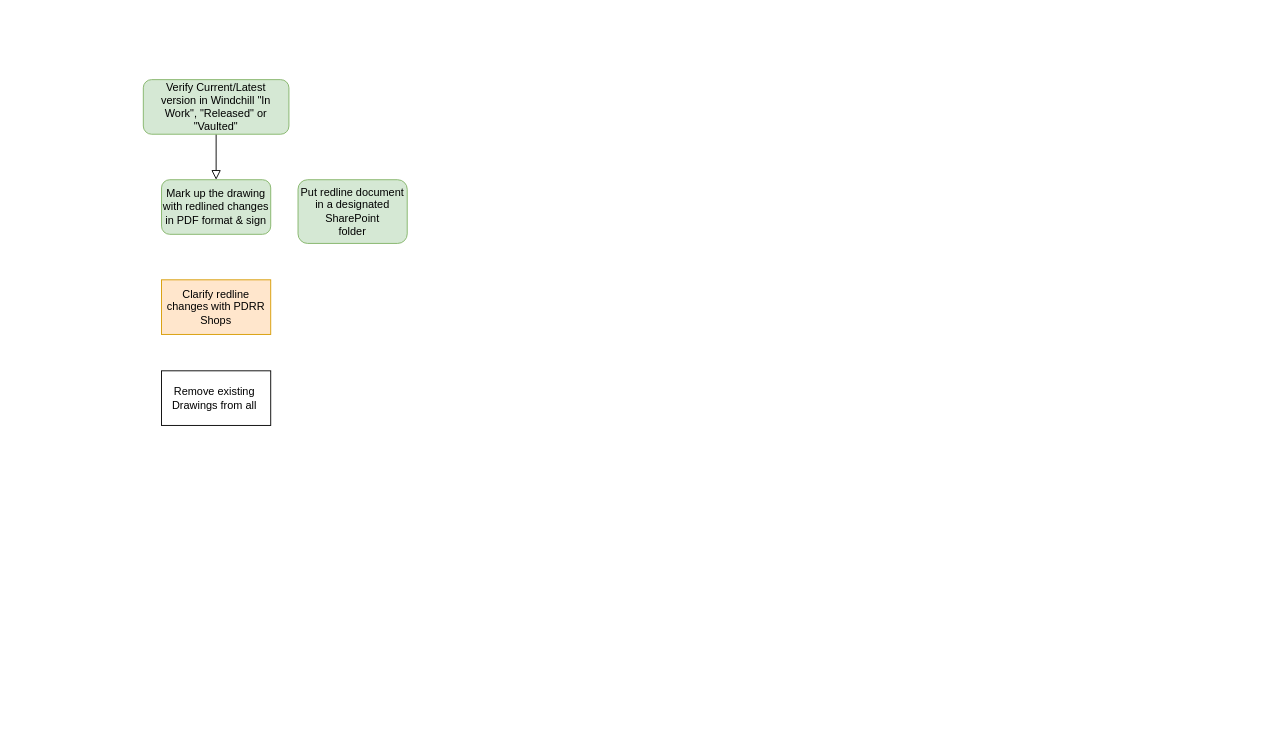
The draw.io diagram Untitled Diagram.drawio in lnguyen921/UTA, before the edit. Source tidied: cells renumbered, new cells numbered last; positions are measured from the earlier drawing's top-left corner, leaving out a move shared by most shapes. Both pictures are drawn from the tidied source at 91%, with x=0, y=0 at pixel (143, 79).
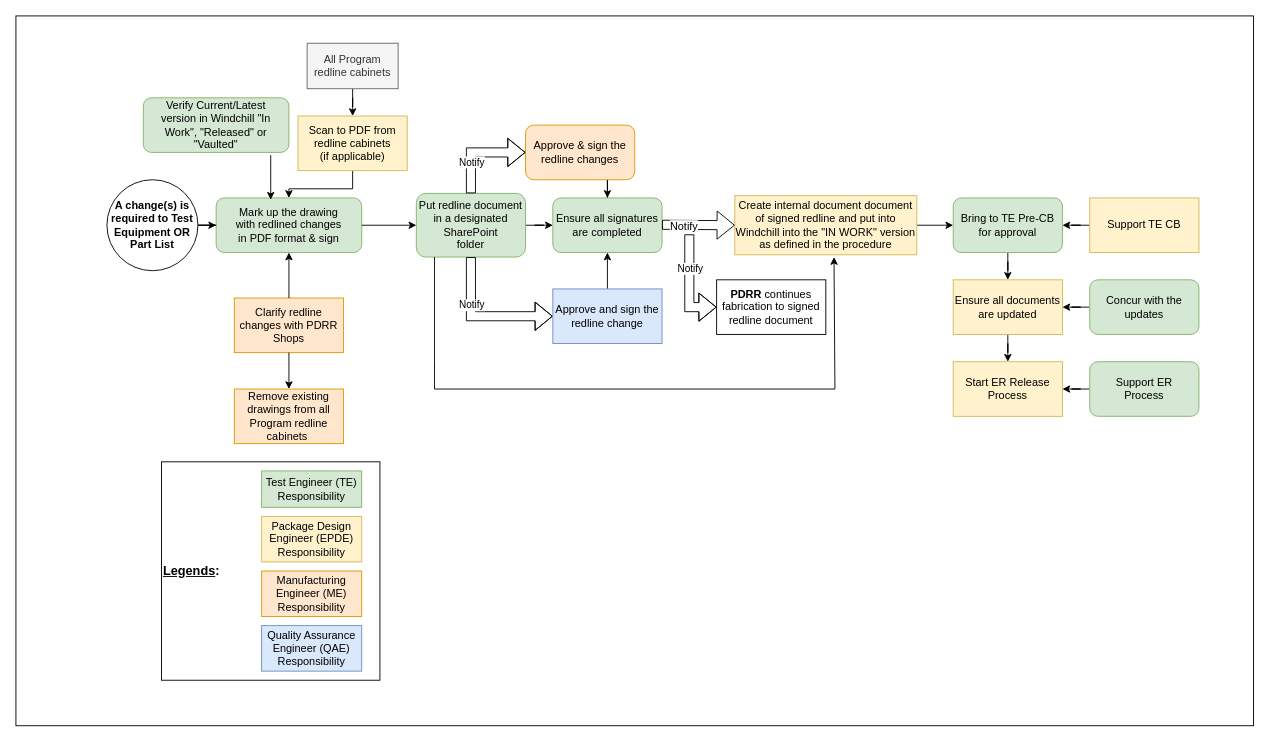
The same page after the edit.

Diff of the diagram source:
```diff
@@
-    <mxCell id="2" style="rounded=0;html=1;jettySize=auto;fontSize=11;endArrow=block;endFill=0;endSize=8;strokeWidth=1;shadow=0;labelBackgroundColor=none;edgeStyle=orthogonalEdgeStyle;" parent="1" edge="1" source="3">
-      <mxGeometry relative="1" as="geometry">
-        <mxPoint x="80" y="110" as="targetPoint" />
-      </mxGeometry>
-    </mxCell>
+    <mxCell id="8" style="rounded=0;whiteSpace=wrap;html=1;" parent="1" vertex="1">
+      <mxGeometry x="-140" y="-70" width="1360" height="780" as="geometry" />
+    </mxCell>
     <mxCell id="3" value="Verify Current/Latest&lt;div&gt;version in Windchill &quot;In Work&quot;, &quot;Released&quot; or &quot;Vaulted&quot;&lt;/div&gt;" style="rounded=1;whiteSpace=wrap;html=1;fontSize=12;glass=0;strokeWidth=1;shadow=0;fillColor=#d5e8d4;strokeColor=#82b366;" parent="1" vertex="1">
-      <mxGeometry width="160" height="60" as="geometry" />
+      <mxGeometry y="20" width="160" height="60" as="geometry" />
     </mxCell>
+    <mxCell id="9" style="edgeStyle=orthogonalEdgeStyle;rounded=0;jettySize=auto;html=1;" parent="1" edge="1" source="4" target="22">
+      <mxGeometry relative="1" as="geometry" />
+    </mxCell>
     <mxCell id="4" value="Put redline document in a designated&lt;div&gt;SharePoint&lt;/div&gt;&lt;div&gt;folder&lt;/div&gt;" style="rounded=1;whiteSpace=wrap;html=1;fontSize=12;glass=0;strokeWidth=1;shadow=0;fillColor=#d5e8d4;strokeColor=#82b366;" parent="1" vertex="1">
-      <mxGeometry x="170" y="110" width="120" height="70" as="geometry" />
+      <mxGeometry x="300" y="125" width="120" height="70" as="geometry" />
     </mxCell>
     <mxCell id="5" value="Mark up the drawing&lt;div&gt;with redlined changes&lt;/div&gt;&lt;div&gt;in PDF format &amp;amp; sign&lt;/div&gt;" style="rounded=1;whiteSpace=wrap;html=1;fillColor=#d5e8d4;strokeColor=#82b366;" parent="1" vertex="1">
-      <mxGeometry x="20" y="110" width="120" height="60" as="geometry" />
+      <mxGeometry x="80" y="130" width="160" height="60" as="geometry" />
     </mxCell>
     <mxCell id="6" value="Clarify redline changes with PDRR Shops" style="rounded=0;whiteSpace=wrap;html=1;fillColor=#ffe6cc;strokeColor=#d79b00;" parent="1" vertex="1">
-      <mxGeometry x="20" y="220" width="120" height="60" as="geometry" />
+      <mxGeometry x="100" y="240" width="120" height="60" as="geometry" />
     </mxCell>
-    <mxCell id="7" value="Remove existing&amp;nbsp;&lt;div&gt;Drawings from all&amp;nbsp;&lt;/div&gt;" style="rounded=0;whiteSpace=wrap;html=1;" parent="1" vertex="1">
-      <mxGeometry x="20" y="320" width="120" height="60" as="geometry" />
+    <mxCell id="7" value="Remove existing d&lt;span style=&quot;background-color: initial;&quot;&gt;rawings from all&lt;/span&gt;&lt;div&gt;&lt;span style=&quot;background-color: initial;&quot;&gt;Program redline cabinets&amp;nbsp;&lt;/span&gt;&lt;/div&gt;" style="rounded=0;whiteSpace=wrap;html=1;fillColor=#ffe6cc;strokeColor=#d79b00;" parent="1" vertex="1">
+      <mxGeometry x="100" y="340" width="120" height="60" as="geometry" />
     </mxCell>
+    <mxCell id="10" style="endArrow=classic;html=1;rounded=0;exitX=0.5;exitY=0;exitDx=0;exitDy=0;entryX=0.5;entryY=1;entryDx=0;entryDy=0;" parent="1" edge="1" source="6" target="5">
+      <mxGeometry relative="1" as="geometry" />
+    </mxCell>
+    <mxCell id="11" style="endArrow=classic;html=1;rounded=0;entryX=0.375;entryY=0.033;entryDx=0;entryDy=0;entryPerimeter=0;" parent="1" edge="1" target="5">
+      <mxGeometry relative="1" as="geometry">
+        <mxPoint x="140" y="83" as="sourcePoint" />
+      </mxGeometry>
+    </mxCell>
+    <mxCell id="12" style="endArrow=classic;html=1;rounded=0;entryX=0.5;entryY=0;entryDx=0;entryDy=0;exitX=0.5;exitY=1;exitDx=0;exitDy=0;" parent="1" edge="1" source="6" target="7">
+      <mxGeometry relative="1" as="geometry" />
+    </mxCell>
+    <mxCell id="13" style="endArrow=classic;html=1;rounded=0;exitX=1;exitY=0.5;exitDx=0;exitDy=0;entryX=0;entryY=0.5;entryDx=0;entryDy=0;" parent="1" edge="1" source="5" target="4">
+      <mxGeometry relative="1" as="geometry" />
+    </mxCell>
+    <mxCell id="14" style="edgeStyle=orthogonalEdgeStyle;rounded=0;jettySize=auto;html=1;" parent="1" edge="1" source="15" target="5">
+      <mxGeometry relative="1" as="geometry" />
+    </mxCell>
+    <mxCell id="15" value="Scan to PDF from redline cabinets&lt;div&gt;(if applicable)&lt;/div&gt;" style="rounded=0;whiteSpace=wrap;html=1;fillColor=#fff2cc;strokeColor=#d6b656;" parent="1" vertex="1">
+      <mxGeometry x="170" y="40" width="120" height="60" as="geometry" />
+    </mxCell>
+    <mxCell id="16" style="edgeStyle=orthogonalEdgeStyle;rounded=0;jettySize=auto;html=1;" parent="1" edge="1" source="17" target="15">
+      <mxGeometry relative="1" as="geometry" />
+    </mxCell>
+    <mxCell id="17" value="All Program redline cabinets" style="rounded=0;whiteSpace=wrap;html=1;fillColor=#f5f5f5;fontColor=#333333;strokeColor=#666666;" parent="1" vertex="1">
+      <mxGeometry x="180" y="-40" width="100" height="50" as="geometry" />
+    </mxCell>
+    <mxCell id="18" style="edgeStyle=orthogonalEdgeStyle;rounded=0;jettySize=auto;html=1;" parent="1" edge="1" source="19" target="5">
+      <mxGeometry relative="1" as="geometry" />
+    </mxCell>
+    <mxCell id="19" value="&lt;b&gt;A change(s) is required to Test Equipment OR Part List&lt;/b&gt;" style="ellipse;whiteSpace=wrap;html=1;" parent="1" vertex="1">
+      <mxGeometry x="-40" y="110" width="100" height="100" as="geometry" />
+    </mxCell>
+    <mxCell id="20" style="edgeStyle=orthogonalEdgeStyle;rounded=0;jettySize=auto;html=1;exitX=0.25;exitY=0;exitDx=0;exitDy=0;" parent="1" edge="1" source="21" target="22">
+      <mxGeometry relative="1" as="geometry" />
+    </mxCell>
+    <mxCell id="21" value="Approve &amp;amp; sign the redline changes" style="whiteSpace=wrap;html=1;fillColor=#ffe6cc;strokeColor=#d79b00;rounded=1;glass=0;strokeWidth=1;shadow=0;direction=west;" parent="1" vertex="1">
+      <mxGeometry x="420" y="50" width="120" height="60" as="geometry" />
+    </mxCell>
+    <mxCell id="22" value="Ensure all signatures are completed" style="whiteSpace=wrap;html=1;fillColor=#d5e8d4;strokeColor=#82b366;rounded=1;glass=0;strokeWidth=1;shadow=0;" parent="1" vertex="1">
+      <mxGeometry x="450" y="130" width="120" height="60" as="geometry" />
+    </mxCell>
+    <mxCell id="23" style="edgeStyle=orthogonalEdgeStyle;rounded=0;jettySize=auto;html=1;" parent="1" edge="1" source="24" target="36">
+      <mxGeometry relative="1" as="geometry" />
+    </mxCell>
+    <mxCell id="24" value="Create internal document document of signed redline and put into Windchill into the &quot;IN WORK&quot; version as defined in the procedure" style="rounded=0;whiteSpace=wrap;html=1;fillColor=#fff2cc;strokeColor=#d6b656;" parent="1" vertex="1">
+      <mxGeometry x="650" y="127.5" width="200" height="65" as="geometry" />
+    </mxCell>
+    <mxCell id="25" style="shape=flexArrow;endArrow=classic;html=1;rounded=0;entryX=0;entryY=0.5;entryDx=0;entryDy=0;" parent="1" edge="1" target="24">
+      <mxGeometry relative="1" as="geometry">
+        <mxPoint x="570" y="159.5" as="sourcePoint" />
+      </mxGeometry>
+    </mxCell>
+    <mxCell id="26" value="&lt;font style=&quot;font-size: 12px;&quot;&gt;Notify&lt;/font&gt;" style="edgeLabel;html=1;align=center;verticalAlign=middle;" parent="25" vertex="1">
+      <mxGeometry x="-0.39" y="-2" relative="1" as="geometry" />
+    </mxCell>
+    <mxCell id="27" style="shape=flexArrow;endArrow=classic;html=1;rounded=0;exitX=0.5;exitY=1;exitDx=0;exitDy=0;entryX=0;entryY=0.5;entryDx=0;entryDy=0;" parent="1" edge="1" source="4" target="30">
+      <mxGeometry relative="1" as="geometry">
+        <Array as="points">
+          <mxPoint x="360" y="260" />
+        </Array>
+      </mxGeometry>
+    </mxCell>
+    <mxCell id="28" value="Notify" style="edgeLabel;html=1;align=center;verticalAlign=middle;" parent="27" vertex="1">
+      <mxGeometry x="-0.33" relative="1" as="geometry" />
+    </mxCell>
+    <mxCell id="29" style="edgeStyle=orthogonalEdgeStyle;rounded=0;jettySize=auto;html=1;" parent="1" edge="1" source="30" target="22">
+      <mxGeometry relative="1" as="geometry" />
+    </mxCell>
+    <mxCell id="30" value="Approve and sign the redline change" style="rounded=0;whiteSpace=wrap;html=1;fillColor=#dae8fc;strokeColor=#6c8ebf;" parent="1" vertex="1">
+      <mxGeometry x="450" y="230" width="120" height="60" as="geometry" />
+    </mxCell>
+    <mxCell id="31" style="endArrow=classic;html=1;rounded=0;entryX=0.545;entryY=1.038;entryDx=0;entryDy=0;entryPerimeter=0;" parent="1" edge="1" target="24">
+      <mxGeometry relative="1" as="geometry">
+        <mxPoint x="320" y="195" as="sourcePoint" />
+        <Array as="points">
+          <mxPoint x="320" y="310" />
+          <mxPoint x="320" y="340" />
+          <mxPoint x="660" y="340" />
+          <mxPoint x="760" y="340" />
+        </Array>
+      </mxGeometry>
+    </mxCell>
+    <mxCell id="32" value="&lt;b&gt;PDRR &lt;/b&gt;continues fabrication to signed redline document" style="rounded=0;whiteSpace=wrap;html=1;" parent="1" vertex="1">
+      <mxGeometry x="630" y="220" width="120" height="60" as="geometry" />
+    </mxCell>
+    <mxCell id="33" style="shape=flexArrow;endArrow=classic;html=1;rounded=0;entryX=0;entryY=0.5;entryDx=0;entryDy=0;" parent="1" edge="1" target="32">
+      <mxGeometry relative="1" as="geometry">
+        <mxPoint x="600" y="170" as="sourcePoint" />
+        <Array as="points">
+          <mxPoint x="600" y="250" />
+        </Array>
+      </mxGeometry>
+    </mxCell>
+    <mxCell id="34" value="Notify" style="edgeLabel;html=1;align=center;verticalAlign=middle;" parent="33" vertex="1">
+      <mxGeometry x="-0.32" relative="1" as="geometry" />
+    </mxCell>
+    <mxCell id="35" style="edgeStyle=orthogonalEdgeStyle;rounded=0;jettySize=auto;html=1;" parent="1" edge="1" source="36" target="38">
+      <mxGeometry relative="1" as="geometry" />
+    </mxCell>
+    <mxCell id="36" value="Bring to TE Pre-CB for approval" style="rounded=1;whiteSpace=wrap;html=1;fillColor=#d5e8d4;strokeColor=#82b366;" parent="1" vertex="1">
+      <mxGeometry x="890" y="130" width="120" height="60" as="geometry" />
+    </mxCell>
+    <mxCell id="37" style="edgeStyle=orthogonalEdgeStyle;rounded=0;jettySize=auto;html=1;" parent="1" edge="1" source="38" target="39">
+      <mxGeometry relative="1" as="geometry" />
+    </mxCell>
+    <mxCell id="38" value="Ensure all documents are updated" style="rounded=0;whiteSpace=wrap;html=1;fillColor=#fff2cc;strokeColor=#d6b656;" parent="1" vertex="1">
+      <mxGeometry x="890" y="220" width="120" height="60" as="geometry" />
+    </mxCell>
+    <mxCell id="39" value="Start ER Release Process" style="rounded=0;whiteSpace=wrap;html=1;fillColor=#fff2cc;strokeColor=#d6b656;" parent="1" vertex="1">
+      <mxGeometry x="890" y="310" width="120" height="60" as="geometry" />
+    </mxCell>
+    <mxCell id="40" style="edgeStyle=orthogonalEdgeStyle;rounded=0;jettySize=auto;html=1;" parent="1" edge="1" source="41" target="38">
+      <mxGeometry relative="1" as="geometry" />
+    </mxCell>
+    <mxCell id="41" value="Concur with the updates" style="rounded=1;whiteSpace=wrap;html=1;fillColor=#d5e8d4;strokeColor=#82b366;" parent="1" vertex="1">
+      <mxGeometry x="1040" y="220" width="120" height="60" as="geometry" />
+    </mxCell>
+    <mxCell id="42" style="edgeStyle=orthogonalEdgeStyle;rounded=0;jettySize=auto;html=1;" parent="1" edge="1" source="43" target="39">
+      <mxGeometry relative="1" as="geometry" />
+    </mxCell>
+    <mxCell id="43" value="Support ER&lt;div&gt;Process&lt;/div&gt;" style="rounded=1;whiteSpace=wrap;html=1;fillColor=#d5e8d4;strokeColor=#82b366;" parent="1" vertex="1">
+      <mxGeometry x="1040" y="310" width="120" height="60" as="geometry" />
+    </mxCell>
+    <mxCell id="44" style="edgeStyle=orthogonalEdgeStyle;rounded=0;jettySize=auto;html=1;" parent="1" edge="1" source="45" target="36">
+      <mxGeometry relative="1" as="geometry" />
+    </mxCell>
+    <mxCell id="45" value="Support TE CB" style="rounded=0;whiteSpace=wrap;html=1;fillColor=#fff2cc;strokeColor=#d6b656;" parent="1" vertex="1">
+      <mxGeometry x="1040" y="130" width="120" height="60" as="geometry" />
+    </mxCell>
+    <mxCell id="46" style="shape=flexArrow;endArrow=classic;html=1;rounded=0;exitX=0.5;exitY=0;exitDx=0;exitDy=0;entryX=0;entryY=0.5;entryDx=0;entryDy=0;" parent="1" edge="1" source="4">
+      <mxGeometry relative="1" as="geometry">
+        <mxPoint x="420" y="80" as="targetPoint" />
+        <Array as="points">
+          <mxPoint x="360" y="80" />
+        </Array>
+      </mxGeometry>
+    </mxCell>
+    <mxCell id="47" value="Notify" style="edgeLabel;html=1;align=center;verticalAlign=middle;" parent="46" vertex="1">
+      <mxGeometry x="-0.33" relative="1" as="geometry" />
+    </mxCell>
+    <mxCell id="48" value="&lt;font style=&quot;font-size: 14px;&quot;&gt;&lt;b&gt;&lt;u&gt;Legends&lt;/u&gt;:&lt;/b&gt;&lt;/font&gt;" style="whiteSpace=wrap;html=1;align=left;" parent="1" vertex="1">
+      <mxGeometry x="20" y="420" width="240" height="240" as="geometry" />
+    </mxCell>
+    <mxCell id="49" value="Test Engineer (TE) Responsibility" style="rounded=0;whiteSpace=wrap;html=1;fillColor=#d5e8d4;strokeColor=#82b366;" parent="1" vertex="1">
+      <mxGeometry x="130" y="430" width="110" height="40" as="geometry" />
+    </mxCell>
+    <mxCell id="50" value="Package Design Engineer (EPDE) Responsibility" style="rounded=0;whiteSpace=wrap;html=1;fillColor=#fff2cc;strokeColor=#d6b656;" parent="1" vertex="1">
+      <mxGeometry x="130" y="480" width="110" height="50" as="geometry" />
+    </mxCell>
+    <mxCell id="51" value="Manufacturing Engineer (ME) Responsibility" style="rounded=0;whiteSpace=wrap;html=1;fillColor=#ffe6cc;strokeColor=#d79b00;" parent="1" vertex="1">
+      <mxGeometry x="130" y="540" width="110" height="50" as="geometry" />
+    </mxCell>
+    <mxCell id="52" value="Quality Assurance Engineer (QAE) Responsibility" style="rounded=0;whiteSpace=wrap;html=1;fillColor=#dae8fc;strokeColor=#6c8ebf;" parent="1" vertex="1">
+      <mxGeometry x="130" y="600" width="110" height="50" as="geometry" />
+    </mxCell>
```
